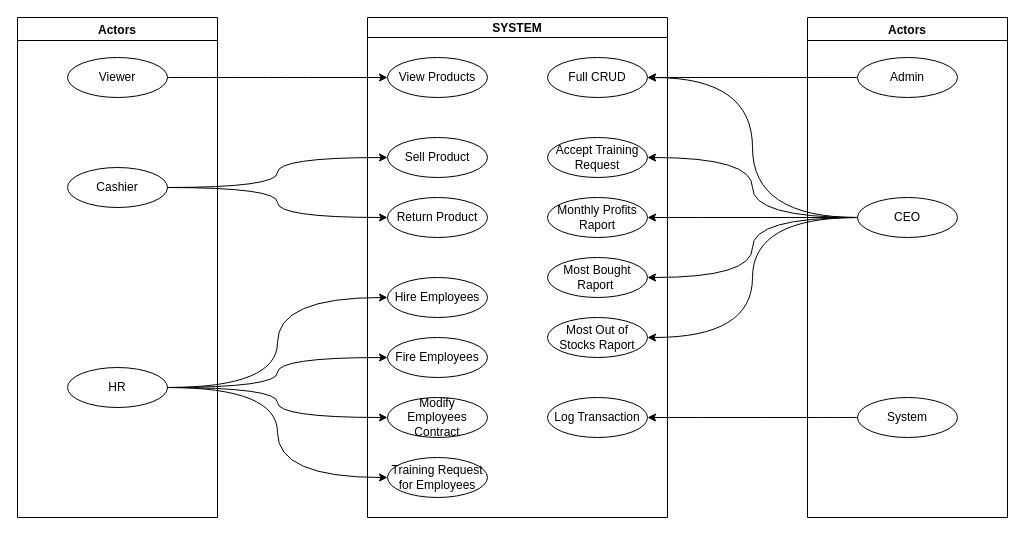
CRBogdan/POS-System keeps this draw.io diagram as Actors.drawio. Above is the earlier version. Source tidied: cells renumbered, new cells numbered last; positions are measured from the earlier drawing's top-left corner, leaving out a move shared by most shapes. Both pictures are drawn from the tidied source at 100%, with x=0, y=0 at pixel (17, 17).
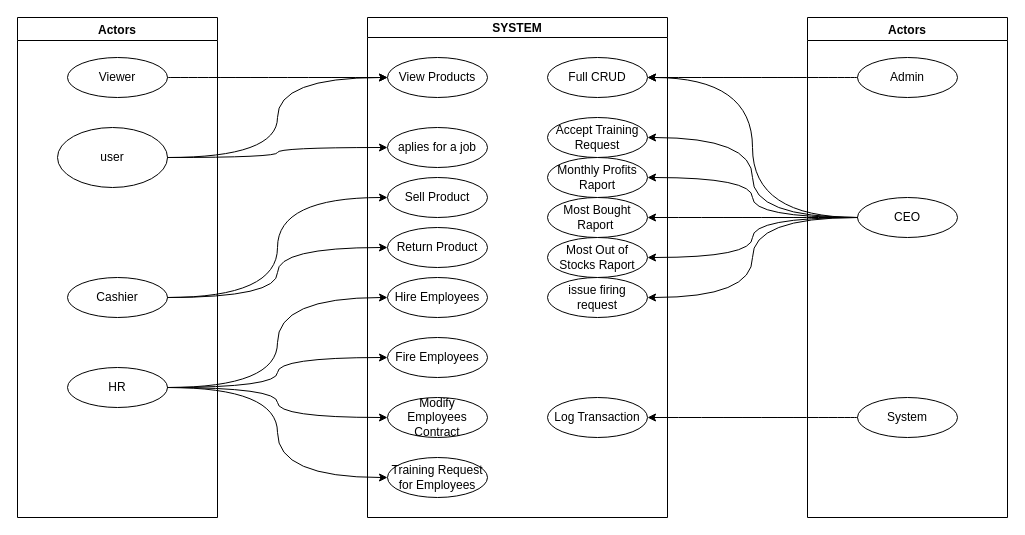
Above is the later version.

Commit message (it also covers changes not shown here):
Scheme si figuri

Unchanged cells that the change refers to:
```xml
<mxCell id="2" value="SYSTEM" style="swimlane;startSize=20;horizontal=1;containerType=tree;" parent="1" vertex="1">
  <mxGeometry x="350" width="300" height="500" as="geometry" />
</mxCell>
<mxCell id="3" value="View Products" style="ellipse;whiteSpace=wrap;html=1;align=center;newEdgeStyle={&quot;edgeStyle&quot;:&quot;entityRelationEdgeStyle&quot;,&quot;startArrow&quot;:&quot;none&quot;,&quot;endArrow&quot;:&quot;none&quot;,&quot;segment&quot;:10,&quot;curved&quot;:1};" parent="2" vertex="1">
  <mxGeometry x="20" y="40" width="100" height="40" as="geometry" />
</mxCell>
<mxCell id="16" value="Actors" style="swimlane;" parent="1" vertex="1">
  <mxGeometry width="200" height="500" as="geometry" />
</mxCell>
<mxCell id="28" value="CEO" style="ellipse;whiteSpace=wrap;html=1;align=center;newEdgeStyle={&quot;edgeStyle&quot;:&quot;entityRelationEdgeStyle&quot;,&quot;startArrow&quot;:&quot;none&quot;,&quot;endArrow&quot;:&quot;none&quot;,&quot;segment&quot;:10,&quot;curved&quot;:1};" parent="26" vertex="1">
  <mxGeometry x="50" y="180" width="100" height="40" as="geometry" />
</mxCell>
```

The edit, as a diff of the source:
```diff
@@
     <mxCell id="4" value="Sell Product" style="ellipse;whiteSpace=wrap;html=1;align=center;newEdgeStyle={&quot;edgeStyle&quot;:&quot;entityRelationEdgeStyle&quot;,&quot;startArrow&quot;:&quot;none&quot;,&quot;endArrow&quot;:&quot;none&quot;,&quot;segment&quot;:10,&quot;curved&quot;:1};" parent="2" vertex="1">
-      <mxGeometry x="20" y="120" width="100" height="40" as="geometry" />
+      <mxGeometry x="20" y="160" width="100" height="40" as="geometry" />
     </mxCell>
     <mxCell id="5" value="Return Product" style="ellipse;whiteSpace=wrap;html=1;align=center;newEdgeStyle={&quot;edgeStyle&quot;:&quot;entityRelationEdgeStyle&quot;,&quot;startArrow&quot;:&quot;none&quot;,&quot;endArrow&quot;:&quot;none&quot;,&quot;segment&quot;:10,&quot;curved&quot;:1};" parent="2" vertex="1">
-      <mxGeometry x="20" y="180" width="100" height="40" as="geometry" />
+      <mxGeometry x="20" y="210" width="100" height="40" as="geometry" />
     </mxCell>
@@
     <mxCell id="11" value="Accept Training Request" style="ellipse;whiteSpace=wrap;html=1;align=center;newEdgeStyle={&quot;edgeStyle&quot;:&quot;entityRelationEdgeStyle&quot;,&quot;startArrow&quot;:&quot;none&quot;,&quot;endArrow&quot;:&quot;none&quot;,&quot;segment&quot;:10,&quot;curved&quot;:1};" parent="2" vertex="1">
-      <mxGeometry x="180" y="120" width="100" height="40" as="geometry" />
+      <mxGeometry x="180" y="100" width="100" height="40" as="geometry" />
     </mxCell>
     <mxCell id="12" value="&lt;div&gt;&lt;span style=&quot;background-color: initial;&quot;&gt;Monthly Profits&lt;/span&gt;&lt;br&gt;&lt;/div&gt;&lt;div&gt;&lt;span style=&quot;background-color: initial;&quot;&gt;Raport&lt;/span&gt;&lt;/div&gt;" style="ellipse;whiteSpace=wrap;html=1;align=center;newEdgeStyle={&quot;edgeStyle&quot;:&quot;entityRelationEdgeStyle&quot;,&quot;startArrow&quot;:&quot;none&quot;,&quot;endArrow&quot;:&quot;none&quot;,&quot;segment&quot;:10,&quot;curved&quot;:1};" parent="2" vertex="1">
-      <mxGeometry x="180" y="180" width="100" height="40" as="geometry" />
+      <mxGeometry x="180" y="140" width="100" height="40" as="geometry" />
     </mxCell>
     <mxCell id="13" value="Most Bought Raport&amp;nbsp;" style="ellipse;whiteSpace=wrap;html=1;align=center;newEdgeStyle={&quot;edgeStyle&quot;:&quot;entityRelationEdgeStyle&quot;,&quot;startArrow&quot;:&quot;none&quot;,&quot;endArrow&quot;:&quot;none&quot;,&quot;segment&quot;:10,&quot;curved&quot;:1};" parent="2" vertex="1">
-      <mxGeometry x="180" y="240" width="100" height="40" as="geometry" />
+      <mxGeometry x="180" y="180" width="100" height="40" as="geometry" />
     </mxCell>
     <mxCell id="14" value="Most Out of Stocks Raport" style="ellipse;whiteSpace=wrap;html=1;align=center;newEdgeStyle={&quot;edgeStyle&quot;:&quot;entityRelationEdgeStyle&quot;,&quot;startArrow&quot;:&quot;none&quot;,&quot;endArrow&quot;:&quot;none&quot;,&quot;segment&quot;:10,&quot;curved&quot;:1};" parent="2" vertex="1">
-      <mxGeometry x="180" y="300" width="100" height="40" as="geometry" />
+      <mxGeometry x="180" y="220" width="100" height="40" as="geometry" />
     </mxCell>
@@
+    <mxCell id="38" value="aplies for a job" style="ellipse;whiteSpace=wrap;html=1;" parent="2" vertex="1">
+      <mxGeometry x="20" y="110" width="100" height="40" as="geometry" />
+    </mxCell>
+    <mxCell id="39" value="issue firing request" style="ellipse;whiteSpace=wrap;html=1;align=center;newEdgeStyle={&quot;edgeStyle&quot;:&quot;entityRelationEdgeStyle&quot;,&quot;startArrow&quot;:&quot;none&quot;,&quot;endArrow&quot;:&quot;none&quot;,&quot;segment&quot;:10,&quot;curved&quot;:1};" parent="2" vertex="1">
+      <mxGeometry x="180" y="260" width="100" height="40" as="geometry" />
+    </mxCell>
@@
     <mxCell id="18" value="Cashier" style="ellipse;whiteSpace=wrap;html=1;align=center;newEdgeStyle={&quot;edgeStyle&quot;:&quot;entityRelationEdgeStyle&quot;,&quot;startArrow&quot;:&quot;none&quot;,&quot;endArrow&quot;:&quot;none&quot;,&quot;segment&quot;:10,&quot;curved&quot;:1};" parent="16" vertex="1">
-      <mxGeometry x="50" y="150" width="100" height="40" as="geometry" />
+      <mxGeometry x="50" y="260" width="100" height="40" as="geometry" />
     </mxCell>
@@
+    <mxCell id="40" value="user" style="ellipse;whiteSpace=wrap;html=1;" parent="16" vertex="1">
+      <mxGeometry x="40" y="110" width="110" height="60" as="geometry" />
+    </mxCell>
@@
+    <mxCell id="41" style="edgeStyle=orthogonalEdgeStyle;jettySize=auto;html=1;exitX=1;exitY=0.5;exitDx=0;exitDy=0;entryX=0;entryY=0.5;entryDx=0;entryDy=0;curved=1;" parent="1" edge="1" source="40" target="38">
+      <mxGeometry relative="1" as="geometry" />
+    </mxCell>
+    <mxCell id="42" style="edgeStyle=orthogonalEdgeStyle;curved=1;jettySize=auto;html=1;exitX=1;exitY=0.5;exitDx=0;exitDy=0;entryX=0;entryY=0.5;entryDx=0;entryDy=0;" parent="1" edge="1" source="40" target="3">
+      <mxGeometry relative="1" as="geometry" />
+    </mxCell>
+    <mxCell id="43" style="edgeStyle=orthogonalEdgeStyle;curved=1;rounded=0;jettySize=auto;html=1;exitX=0;exitY=0.5;exitDx=0;exitDy=0;entryX=1;entryY=0.5;entryDx=0;entryDy=0;" parent="1" edge="1" source="28" target="39">
+      <mxGeometry relative="1" as="geometry" />
+    </mxCell>
```
